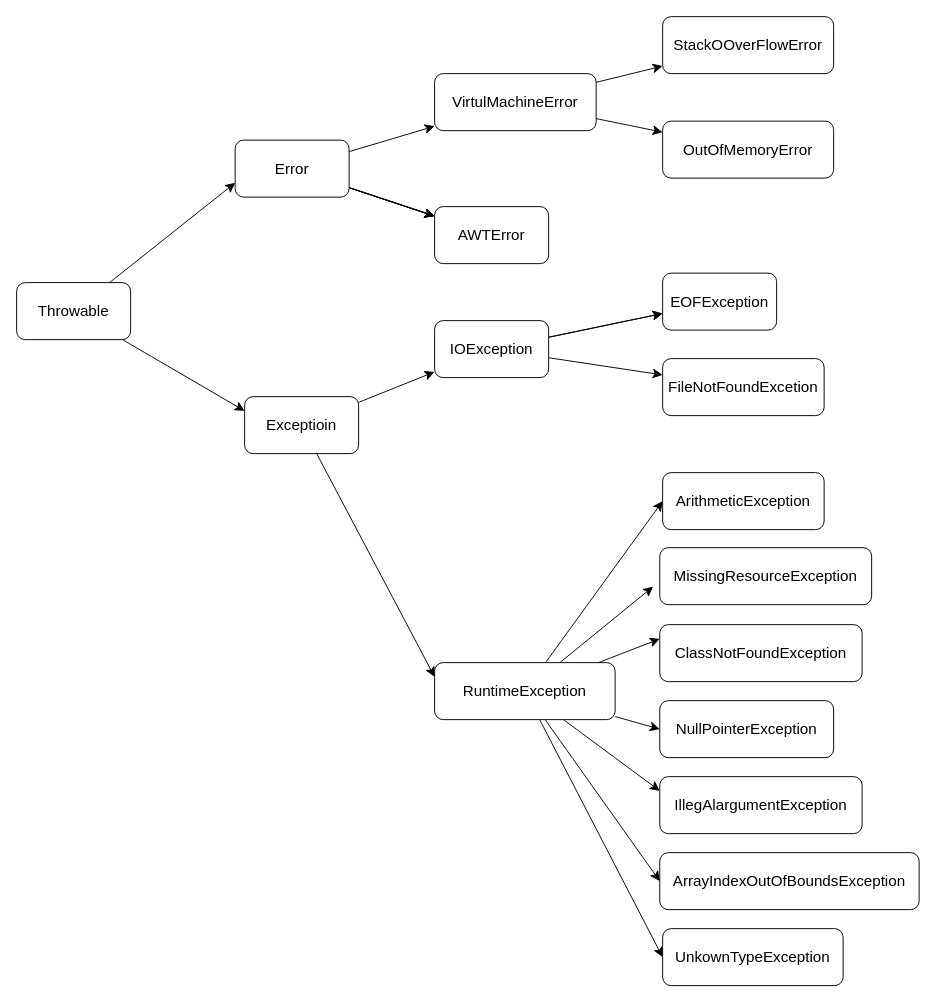
springcloud868/draw.io keeps this draw.io diagram as Throwable整理.drawio. Above is the earlier version. Source tidied: cells renumbered, new cells numbered last; positions are measured from the earlier drawing's top-left corner, leaving out a move shared by most shapes. Both pictures are drawn from the tidied source at 95%, with x=0, y=0 at pixel (16, 16).
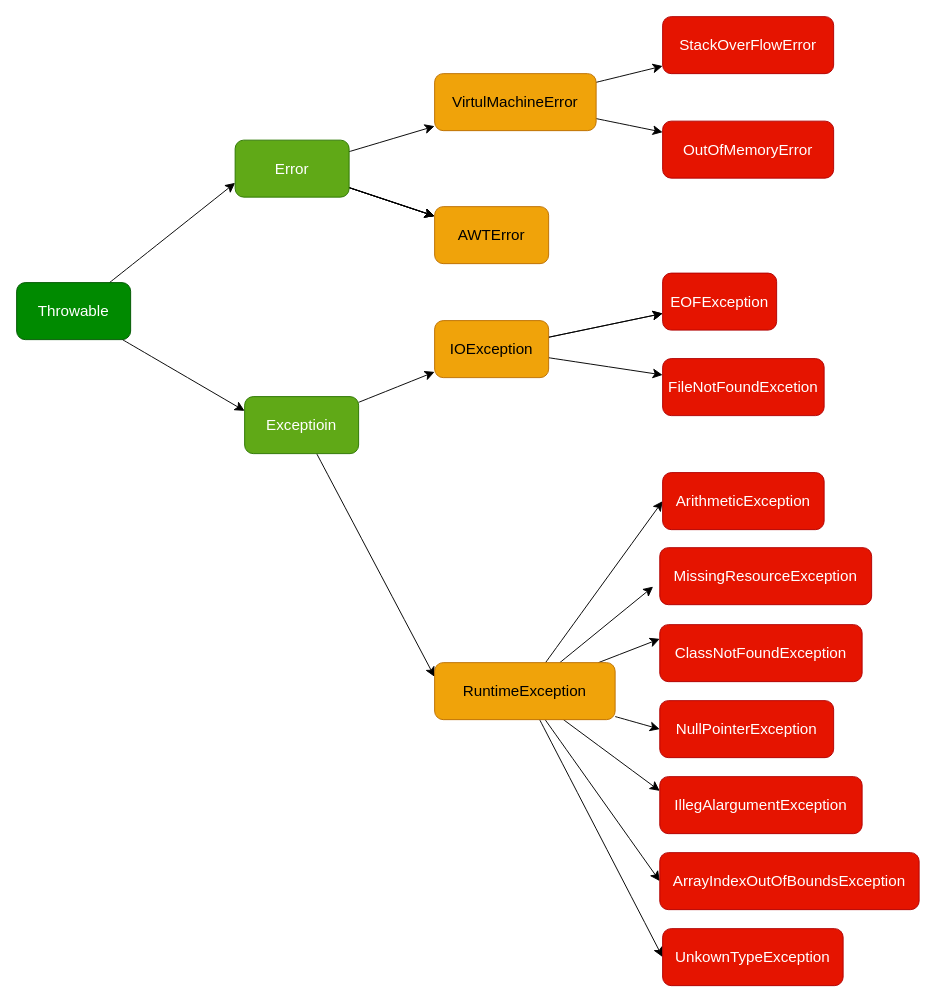
The same diagram, later.

Change to the diagram source:
```diff
@@
-    <mxCell id="4" value="Throwable" style="rounded=1;whiteSpace=wrap;html=1;fontSize=16;" parent="1" vertex="1">
+    <mxCell id="4" value="Throwable" style="rounded=1;whiteSpace=wrap;html=1;fontSize=16;fillColor=#008a00;fontColor=#ffffff;strokeColor=#005700;" parent="1" vertex="1">
       <mxGeometry y="280" width="120" height="60" as="geometry" />
     </mxCell>
@@
-    <mxCell id="7" value="Exceptioin" style="whiteSpace=wrap;html=1;fontSize=16;rounded=1;" parent="1" vertex="1">
+    <mxCell id="7" value="Exceptioin" style="whiteSpace=wrap;html=1;fontSize=16;rounded=1;fillColor=#60a917;fontColor=#ffffff;strokeColor=#2D7600;" parent="1" vertex="1">
       <mxGeometry x="240" y="400" width="120" height="60" as="geometry" />
     </mxCell>
@@
-    <mxCell id="13" value="Error" style="whiteSpace=wrap;html=1;fontSize=16;rounded=1;" parent="1" vertex="1">
+    <mxCell id="13" value="Error" style="whiteSpace=wrap;html=1;fontSize=16;rounded=1;fillColor=#60a917;fontColor=#ffffff;strokeColor=#2D7600;" parent="1" vertex="1">
       <mxGeometry x="230" y="130" width="120" height="60" as="geometry" />
     </mxCell>
-    <mxCell id="14" value="AWTError" style="whiteSpace=wrap;html=1;fontSize=16;rounded=1;" parent="1" vertex="1">
+    <mxCell id="14" value="AWTError" style="whiteSpace=wrap;html=1;fontSize=16;rounded=1;fillColor=#f0a30a;fontColor=#000000;strokeColor=#BD7000;" parent="1" vertex="1">
       <mxGeometry x="440" y="200" width="120" height="60" as="geometry" />
     </mxCell>
@@
-    <mxCell id="17" value="VirtulMachineError" style="whiteSpace=wrap;html=1;fontSize=16;rounded=1;" parent="1" vertex="1">
+    <mxCell id="17" value="VirtulMachineError" style="whiteSpace=wrap;html=1;fontSize=16;rounded=1;fillColor=#f0a30a;fontColor=#000000;strokeColor=#BD7000;" parent="1" vertex="1">
       <mxGeometry x="440" y="60" width="170" height="60" as="geometry" />
     </mxCell>
@@
-    <mxCell id="25" value="RuntimeException" style="whiteSpace=wrap;html=1;fontSize=16;rounded=1;" parent="1" vertex="1">
+    <mxCell id="25" value="RuntimeException" style="whiteSpace=wrap;html=1;fontSize=16;rounded=1;fillColor=#f0a30a;fontColor=#000000;strokeColor=#BD7000;" parent="1" vertex="1">
       <mxGeometry x="440" y="680" width="190" height="60" as="geometry" />
     </mxCell>
@@
-    <mxCell id="29" value="IOException" style="whiteSpace=wrap;html=1;fontSize=16;rounded=1;" parent="1" vertex="1">
+    <mxCell id="29" value="IOException" style="whiteSpace=wrap;html=1;fontSize=16;rounded=1;fillColor=#f0a30a;fontColor=#000000;strokeColor=#BD7000;" parent="1" vertex="1">
       <mxGeometry x="440" y="320" width="120" height="60" as="geometry" />
     </mxCell>
-    <mxCell id="30" value="OutOfMemoryError" style="whiteSpace=wrap;html=1;fontSize=16;rounded=1;" parent="1" vertex="1">
+    <mxCell id="30" value="OutOfMemoryError" style="whiteSpace=wrap;html=1;fontSize=16;rounded=1;fillColor=#e51400;fontColor=#ffffff;strokeColor=#B20000;" parent="1" vertex="1">
       <mxGeometry x="680" y="110" width="180" height="60" as="geometry" />
     </mxCell>
-    <mxCell id="31" value="StackOOverFlowError" style="whiteSpace=wrap;html=1;fontSize=16;rounded=1;" parent="1" vertex="1">
+    <mxCell id="31" value="StackOverFlowError" style="whiteSpace=wrap;html=1;fontSize=16;rounded=1;fillColor=#e51400;fontColor=#ffffff;strokeColor=#B20000;" parent="1" vertex="1">
       <mxGeometry x="680" width="180" height="60" as="geometry" />
     </mxCell>
-    <mxCell id="32" value="FileNotFoundExcetion" style="whiteSpace=wrap;html=1;fontSize=16;rounded=1;" parent="1" vertex="1">
+    <mxCell id="32" value="FileNotFoundExcetion" style="whiteSpace=wrap;html=1;fontSize=16;rounded=1;fillColor=#e51400;fontColor=#ffffff;strokeColor=#B20000;" parent="1" vertex="1">
       <mxGeometry x="680" y="360" width="170" height="60" as="geometry" />
     </mxCell>
-    <mxCell id="33" value="EOFException" style="whiteSpace=wrap;html=1;fontSize=16;rounded=1;" parent="1" vertex="1">
+    <mxCell id="33" value="EOFException" style="whiteSpace=wrap;html=1;fontSize=16;rounded=1;fillColor=#e51400;fontColor=#ffffff;strokeColor=#B20000;" parent="1" vertex="1">
       <mxGeometry x="680" y="270" width="120" height="60" as="geometry" />
     </mxCell>
-    <mxCell id="34" value="ArithmeticException" style="whiteSpace=wrap;html=1;fontSize=16;rounded=1;" parent="1" vertex="1">
+    <mxCell id="34" value="ArithmeticException" style="whiteSpace=wrap;html=1;fontSize=16;rounded=1;fillColor=#e51400;fontColor=#ffffff;strokeColor=#B20000;" parent="1" vertex="1">
       <mxGeometry x="680" y="480" width="170" height="60" as="geometry" />
     </mxCell>
-    <mxCell id="35" value="MissingResourceException" style="whiteSpace=wrap;html=1;fontSize=16;rounded=1;" parent="1" vertex="1">
+    <mxCell id="35" value="MissingResourceException" style="whiteSpace=wrap;html=1;fontSize=16;rounded=1;fillColor=#e51400;fontColor=#ffffff;strokeColor=#B20000;" parent="1" vertex="1">
       <mxGeometry x="677" y="559" width="223" height="60" as="geometry" />
     </mxCell>
-    <mxCell id="36" value="ClassNotFoundException" style="whiteSpace=wrap;html=1;fontSize=16;rounded=1;" parent="1" vertex="1">
+    <mxCell id="36" value="ClassNotFoundException" style="whiteSpace=wrap;html=1;fontSize=16;rounded=1;fillColor=#e51400;fontColor=#ffffff;strokeColor=#B20000;" parent="1" vertex="1">
       <mxGeometry x="677" y="640" width="213" height="60" as="geometry" />
     </mxCell>
-    <mxCell id="37" value="NullPointerException" style="whiteSpace=wrap;html=1;fontSize=16;rounded=1;" parent="1" vertex="1">
+    <mxCell id="37" value="NullPointerException" style="whiteSpace=wrap;html=1;fontSize=16;rounded=1;fillColor=#e51400;fontColor=#ffffff;strokeColor=#B20000;" parent="1" vertex="1">
       <mxGeometry x="677" y="720" width="183" height="60" as="geometry" />
     </mxCell>
-    <mxCell id="38" value="IllegAlargumentException" style="whiteSpace=wrap;html=1;fontSize=16;rounded=1;" parent="1" vertex="1">
+    <mxCell id="38" value="IllegAlargumentException" style="whiteSpace=wrap;html=1;fontSize=16;rounded=1;fillColor=#e51400;fontColor=#ffffff;strokeColor=#B20000;" parent="1" vertex="1">
       <mxGeometry x="677" y="800" width="213" height="60" as="geometry" />
     </mxCell>
-    <mxCell id="39" value="ArrayIndexOutOfBoundsException" style="whiteSpace=wrap;html=1;fontSize=16;rounded=1;" parent="1" vertex="1">
+    <mxCell id="39" value="ArrayIndexOutOfBoundsException" style="whiteSpace=wrap;html=1;fontSize=16;rounded=1;fillColor=#e51400;fontColor=#ffffff;strokeColor=#B20000;" parent="1" vertex="1">
       <mxGeometry x="677" y="880" width="273" height="60" as="geometry" />
     </mxCell>
-    <mxCell id="40" value="UnkownTypeException" style="whiteSpace=wrap;html=1;fontSize=16;rounded=1;" parent="1" vertex="1">
+    <mxCell id="40" value="UnkownTypeException" style="whiteSpace=wrap;html=1;fontSize=16;rounded=1;fillColor=#e51400;fontColor=#ffffff;strokeColor=#B20000;" parent="1" vertex="1">
       <mxGeometry x="680" y="960" width="190" height="60" as="geometry" />
     </mxCell>
```
